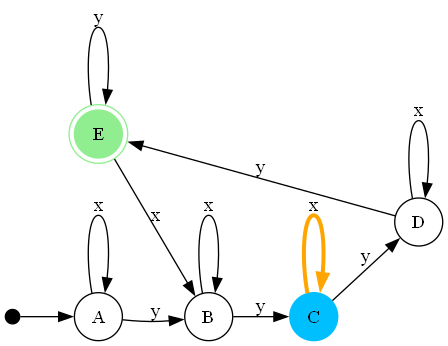
Earlier version of the Graphviz export automata.png (Jhos-hgnu/Proyecto-Automatas). Its source is kept beside it as automata.dot.
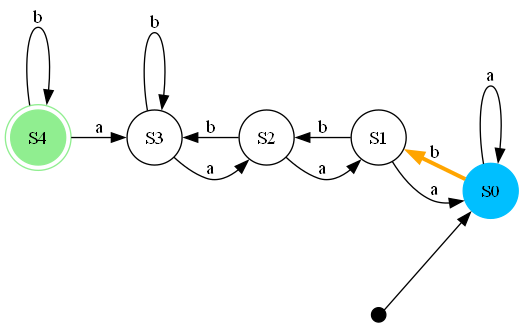
After the change.

Change to the diagram source:
```diff
@@ -5,31 +5,31 @@
 	ordering=out;
 	nodesep=0.8;
 
-	node [shape = doublecircle]; E ;
+	node [shape = doublecircle]; S4 ;
 	node [shape = circle];
 
 	inic [shape=point, width=0.15, color=black];
-	inic -> A [color=black, arrowhead=normal];
+	inic -> S0 [color=black, arrowhead=normal];
 
-	{ rank = same; A; }
-	{ rank = same; B; }
-	{ rank = same; C; }
-	{ rank = same; D; }
-	{ rank = same; E; }
-	A [color=black];
-	B [color=black];
-	C [color=deepskyblue style=filled];
-	D [color=black];
-	E [color=lightgreen style=filled];
+	{ rank = same; S0; }
+	{ rank = same; S1; }
+	{ rank = same; S2; }
+	{ rank = same; S3; }
+	{ rank = same; S4; }
+	S0 [color=deepskyblue style=filled];
+	S1 [color=black];
+	S2 [color=black];
+	S3 [color=black];
+	S4 [color=lightgreen style=filled];
 
-	A -> A [ label = "x" ] [color="#000000"];
-	A -> B [ label = "y" ] [color="#000000"];
-	B -> B [ label = "x" ] [color="#000000"];
-	B -> C [ label = "y" ] [color="#000000"];
-	C -> C [ label = "x" ] [color="#ffa500" penwidth=3.0];
-	C -> D [ label = "y" ] [color="#000000"];
-	D -> D [ label = "x" ] [color="#000000"];
-	D -> E [ label = "y" ] [color="#000000"];
-	E -> B [ label = "x" ] [color="#000000"];
-	E -> E [ label = "y" ] [color="#000000"];
+	S0 -> S0 [ label = "a" ] [color="#000000"];
+	S0 -> S1 [ label = "b" ] [color="#ffa500" penwidth=3.0];
+	S1 -> S0 [ label = "a" ] [color="#000000"];
+	S1 -> S2 [ label = "b" ] [color="#000000"];
+	S2 -> S1 [ label = "a" ] [color="#000000"];
+	S2 -> S3 [ label = "b" ] [color="#000000"];
+	S3 -> S2 [ label = "a" ] [color="#000000"];
+	S3 -> S3 [ label = "b" ] [color="#000000"];
+	S4 -> S3 [ label = "a" ] [color="#000000"];
+	S4 -> S4 [ label = "b" ] [color="#000000"];
 }
```
